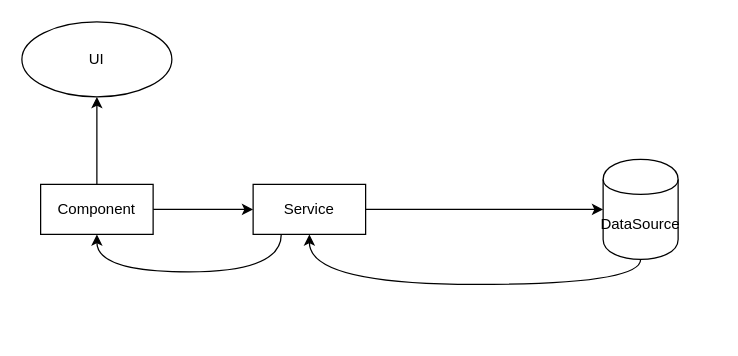
Before: page "Page-14" (14 of 16) of ng.drawio in synergy2411/ng-tcs, a draw.io diagram. Source tidied: cells renumbered, new cells numbered last; positions are measured from the earlier drawing's top-left corner, leaving out a move shared by most shapes. Both pictures are drawn from the tidied source at 125%, with x=0, y=0 at pixel (21, 21).
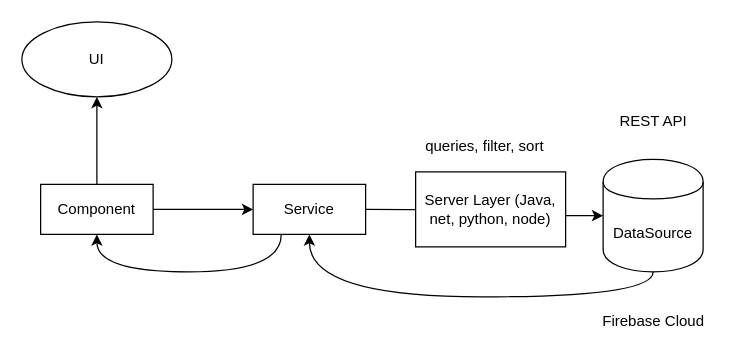
After the change.

The edit, as a diff of the source:
```diff
@@
 <mxGraphModel>
   <root>
     <mxCell id="0" />
     <mxCell id="1" parent="0" />
     <mxCell id="2" style="edgeStyle=orthogonalEdgeStyle;curved=1;rounded=0;jettySize=auto;html=1;" parent="1" edge="1" source="4" target="7">
       <mxGeometry relative="1" as="geometry" />
     </mxCell>
     <mxCell id="3" style="edgeStyle=orthogonalEdgeStyle;curved=1;rounded=0;jettySize=auto;html=1;" parent="1" edge="1" source="4" target="10">
       <mxGeometry relative="1" as="geometry" />
     </mxCell>
     <mxCell id="4" value="Component" style="rounded=0;whiteSpace=wrap;html=1;" parent="1" vertex="1">
       <mxGeometry x="15" y="130" width="90" height="40" as="geometry" />
     </mxCell>
     <mxCell id="5" style="edgeStyle=orthogonalEdgeStyle;curved=1;rounded=0;jettySize=auto;html=1;" parent="1" edge="1" source="7" target="9">
       <mxGeometry relative="1" as="geometry" />
     </mxCell>
     <mxCell id="6" style="edgeStyle=orthogonalEdgeStyle;curved=1;rounded=0;jettySize=auto;html=1;exitX=0.25;exitY=1;exitDx=0;exitDy=0;entryX=0.5;entryY=1;entryDx=0;entryDy=0;" parent="1" edge="1" source="7" target="4">
       <mxGeometry relative="1" as="geometry">
         <Array as="points">
           <mxPoint x="208" y="200" />
           <mxPoint x="60" y="200" />
         </Array>
       </mxGeometry>
     </mxCell>
     <mxCell id="7" value="Service" style="rounded=0;whiteSpace=wrap;html=1;" parent="1" vertex="1">
       <mxGeometry x="185" y="130" width="90" height="40" as="geometry" />
     </mxCell>
     <mxCell id="8" style="edgeStyle=orthogonalEdgeStyle;curved=1;rounded=0;jettySize=auto;html=1;exitX=0.5;exitY=1;exitDx=0;exitDy=0;entryX=0.5;entryY=1;entryDx=0;entryDy=0;" parent="1" edge="1" source="9" target="7">
       <mxGeometry relative="1" as="geometry" />
     </mxCell>
     <mxCell id="9" value="DataSource" style="shape=cylinder;whiteSpace=wrap;html=1;boundedLbl=1;backgroundOutline=1;rounded=0;" parent="1" vertex="1">
-      <mxGeometry x="465" y="110" width="60" height="80" as="geometry" />
+      <mxGeometry x="465" y="110" width="80" height="90" as="geometry" />
     </mxCell>
     <mxCell id="10" value="UI" style="ellipse;whiteSpace=wrap;html=1;rounded=0;" parent="1" vertex="1">
       <mxGeometry width="120" height="60" as="geometry" />
     </mxCell>
+    <mxCell id="11" value="Firebase Cloud" style="text;html=1;align=center;verticalAlign=middle;strokeColor=none;" parent="1" vertex="1">
+      <mxGeometry x="455" y="230" width="100" height="20" as="geometry" />
+    </mxCell>
+    <mxCell id="12" value="Server Layer (Java, net, python, node)" style="rounded=0;whiteSpace=wrap;html=1;" parent="1" vertex="1">
+      <mxGeometry x="315" y="120" width="120" height="60" as="geometry" />
+    </mxCell>
+    <mxCell id="13" value="queries, filter, sort" style="text;html=1;align=center;verticalAlign=middle;strokeColor=none;" parent="1" vertex="1">
+      <mxGeometry x="315" y="90" width="110" height="20" as="geometry" />
+    </mxCell>
+    <mxCell id="14" value="REST API" style="text;html=1;align=center;verticalAlign=middle;strokeColor=none;" parent="1" vertex="1">
+      <mxGeometry x="470" y="70" width="70" height="20" as="geometry" />
+    </mxCell>
   </root>
 </mxGraphModel>
```
